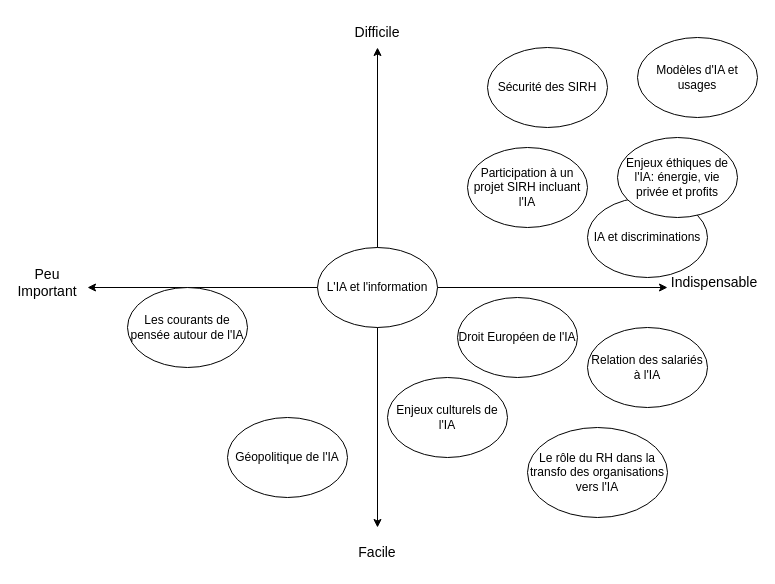
Fabrice-64/Drawings keeps this draw.io diagram as page "Carte des apprentissages" (2 of 3) of Cours IA et RH.drawio. Above is the earlier version. Source tidied: cells renumbered, new cells numbered last; positions are measured from the earlier drawing's top-left corner, leaving out a move shared by most shapes. Both pictures are drawn from the tidied source at 100%, with x=0, y=0 at pixel (17, 17).
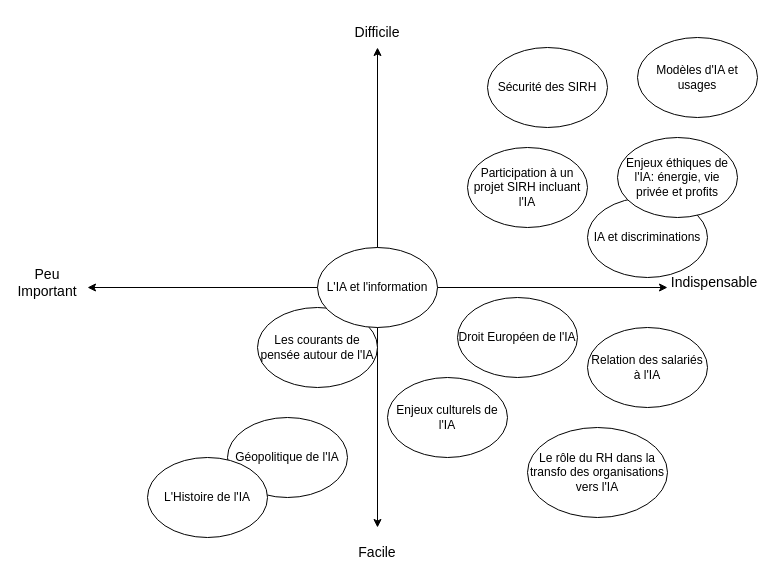
The same page after the edit.

Change to the diagram source:
```diff
@@
     <mxCell id="17" value="Les courants de pensée autour de l'IA" style="ellipse;whiteSpace=wrap;html=1;" parent="1" vertex="1">
-      <mxGeometry x="110" y="270" width="120" height="80" as="geometry" />
+      <mxGeometry x="240" y="290" width="120" height="80" as="geometry" />
     </mxCell>
@@
+    <mxCell id="20" value="L'Histoire de l'IA" style="ellipse;whiteSpace=wrap;html=1;" parent="1" vertex="1">
+      <mxGeometry x="130" y="440" width="120" height="80" as="geometry" />
+    </mxCell>
```
